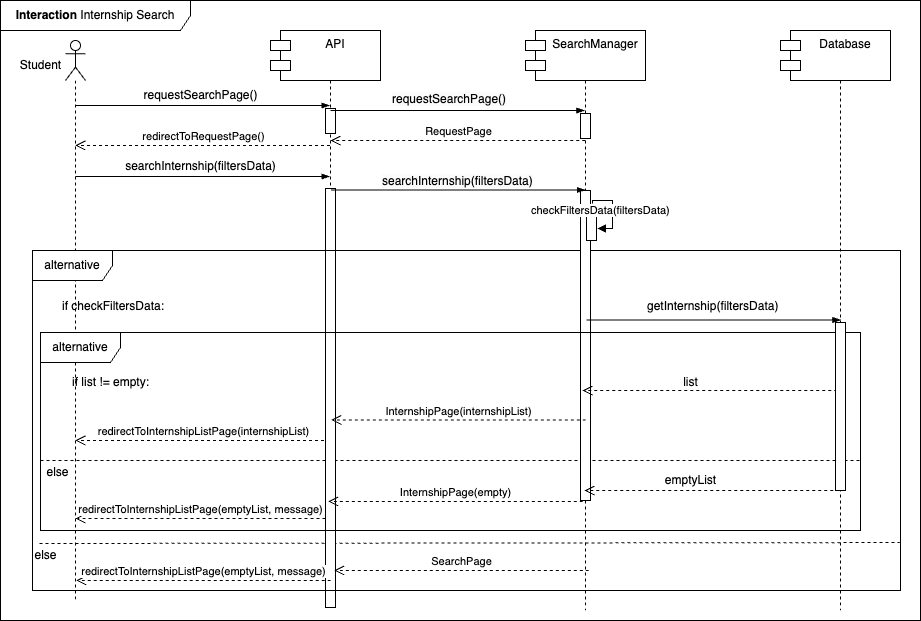
This is DD/Images/Interactions/INT05_InternshipSearch.drawio.png from edogriba/GribaldoRosa, a draw.io export, as it was before one commit. Source tidied: cells renumbered, new cells last; positions are measured from the earlier drawing's top-left corner, leaving out a move shared by most shapes.
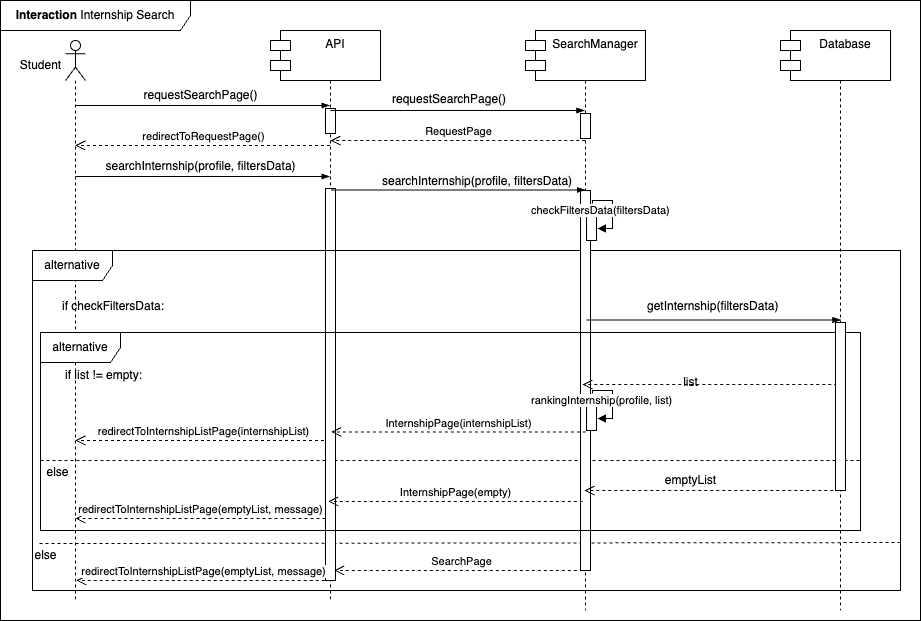
After the change.

Change to the diagram source:
```diff
@@ -23,7 +23,7 @@
       <mxGeometry x="45" y="68" width="10" height="25" as="geometry" />
     </mxCell>
     <mxCell id="7" style="html=1;perimeter=orthogonalPerimeter;targetShapes=umlLifeline;newEdgeStyle={&quot;curved&quot;:0,&quot;rounded&quot;:0};" parent="5" vertex="1">
-      <mxGeometry x="45" y="148" width="10" height="419" as="geometry" />
+      <mxGeometry x="45" y="148" width="10" height="392" as="geometry" />
     </mxCell>
     <mxCell id="8" style="shape=umlLifeline;perimeter=lifelinePerimeter;whiteSpace=wrap;html=1;newEdgeStyle={&quot;curved&quot;:0,&quot;rounded&quot;:0};participant=umlActor;" parent="1" vertex="1">
       <mxGeometry x="65" y="40" width="20" height="560" as="geometry" />
@@ -64,8 +64,8 @@
         </Array>
       </mxGeometry>
     </mxCell>
-    <mxCell id="16" value="searchInternship(filtersData)" style="text;html=1;align=center;verticalAlign=middle;strokeColor=none;fillColor=none;" parent="1" vertex="1">
-      <mxGeometry x="115" y="151" width="170" height="30" as="geometry" />
+    <mxCell id="16" value="searchInternship(profile, filtersData)" style="text;html=1;align=center;verticalAlign=middle;strokeColor=none;fillColor=none;" parent="1" vertex="1">
+      <mxGeometry x="95" y="151" width="210" height="30" as="geometry" />
     </mxCell>
     <mxCell id="17" style="edgeStyle=elbowEdgeStyle;fontSize=12;html=1;endArrow=blockThin;endFill=1;rounded=0;" parent="1" edge="1">
       <mxGeometry relative="1" as="geometry">
@@ -95,7 +95,7 @@
       <mxGeometry x="535" y="40" width="100" height="570" as="geometry" />
     </mxCell>
     <mxCell id="23" style="html=1;perimeter=orthogonalPerimeter;targetShapes=umlLifeline;newEdgeStyle={&quot;curved&quot;:0,&quot;rounded&quot;:0};" parent="22" vertex="1">
-      <mxGeometry x="45" y="150" width="10" height="310" as="geometry" />
+      <mxGeometry x="45" y="150" width="10" height="380" as="geometry" />
     </mxCell>
     <mxCell id="24" style="html=1;perimeter=orthogonalPerimeter;targetShapes=umlLifeline;newEdgeStyle={&quot;curved&quot;:0,&quot;rounded&quot;:0};" parent="22" vertex="1">
       <mxGeometry x="45" y="73" width="10" height="25" as="geometry" />
@@ -103,6 +103,21 @@
     <mxCell id="25" style="html=1;perimeter=orthogonalPerimeter;targetShapes=umlLifeline;newEdgeStyle={&quot;curved&quot;:0,&quot;rounded&quot;:0};direction=west;" parent="22" vertex="1">
       <mxGeometry x="51" y="170" width="10" height="30" as="geometry" />
     </mxCell>
+    <mxCell id="48" style="html=1;perimeter=orthogonalPerimeter;targetShapes=umlLifeline;newEdgeStyle={&quot;curved&quot;:0,&quot;rounded&quot;:0};direction=west;" parent="22" vertex="1">
+      <mxGeometry x="51" y="360" width="10" height="30" as="geometry" />
+    </mxCell>
+    <mxCell id="49" value="rankingInternship(profile, list)" style="html=1;align=left;spacingLeft=2;endArrow=block;rounded=0;edgeStyle=orthogonalEdgeStyle;curved=0;rounded=0;" parent="22" edge="1">
+      <mxGeometry x="-1" y="65" relative="1" as="geometry">
+        <mxPoint x="57" y="353" as="sourcePoint" />
+        <mxPoint x="62" y="378" as="targetPoint" />
+        <Array as="points">
+          <mxPoint x="57" y="350" />
+          <mxPoint x="77" y="350" />
+          <mxPoint x="77" y="378" />
+        </Array>
+        <mxPoint y="7" as="offset" />
+      </mxGeometry>
+    </mxCell>
     <mxCell id="26" value=":Object" style="shape=umlLifeline;perimeter=lifelinePerimeter;whiteSpace=wrap;html=1;newEdgeStyle={&quot;curved&quot;:0,&quot;rounded&quot;:0};" parent="1" vertex="1">
       <mxGeometry x="790" y="40" width="100" height="570" as="geometry" />
     </mxCell>
@@ -148,7 +163,7 @@
     <mxCell id="34" value="&lt;div style=&quot;text-align: center;&quot;&gt;&lt;span style=&quot;background-color: initial; text-wrap-mode: nowrap;&quot;&gt;getInternship(filtersData)&lt;/span&gt;&lt;/div&gt;" style="text;whiteSpace=wrap;html=1;" parent="1" vertex="1">
       <mxGeometry x="645" y="292" width="150" height="40" as="geometry" />
     </mxCell>
-    <mxCell id="35" value="&lt;span style=&quot;color: rgb(0, 0, 0); font-family: Helvetica; font-size: 12px; font-style: normal; font-variant-ligatures: normal; font-variant-caps: normal; font-weight: 400; letter-spacing: normal; orphans: 2; text-align: center; text-indent: 0px; text-transform: none; widows: 2; word-spacing: 0px; -webkit-text-stroke-width: 0px; white-space: nowrap; background-color: rgb(251, 251, 251); text-decoration-thickness: initial; text-decoration-style: initial; text-decoration-color: initial; display: inline !important; float: none;&quot;&gt;searchInternship(filtersData)&lt;/span&gt;" style="text;whiteSpace=wrap;html=1;" parent="1" vertex="1">
+    <mxCell id="35" value="&lt;span style=&quot;color: rgb(0, 0, 0); font-family: Helvetica; font-size: 12px; font-style: normal; font-variant-ligatures: normal; font-variant-caps: normal; font-weight: 400; letter-spacing: normal; orphans: 2; text-align: center; text-indent: 0px; text-transform: none; widows: 2; word-spacing: 0px; -webkit-text-stroke-width: 0px; white-space: nowrap; background-color: rgb(251, 251, 251); text-decoration-thickness: initial; text-decoration-style: initial; text-decoration-color: initial; display: inline !important; float: none;&quot;&gt;searchInternship(profile, filtersData)&lt;/span&gt;" style="text;whiteSpace=wrap;html=1;" parent="1" vertex="1">
       <mxGeometry x="380" y="167" width="150" height="40" as="geometry" />
     </mxCell>
     <mxCell id="36" style="edgeStyle=elbowEdgeStyle;fontSize=12;html=1;endArrow=blockThin;endFill=1;rounded=0;" parent="1" edge="1">
@@ -165,10 +180,10 @@
     </mxCell>
     <mxCell id="38" style="html=1;verticalAlign=bottom;endArrow=open;dashed=1;endSize=8;curved=0;rounded=0;" parent="1" edge="1">
       <mxGeometry relative="1" as="geometry">
-        <mxPoint x="836.7" y="390" as="sourcePoint" />
-        <mxPoint x="582" y="390" as="targetPoint" />
+        <mxPoint x="836.7" y="384" as="sourcePoint" />
+        <mxPoint x="582" y="384" as="targetPoint" />
         <Array as="points">
-          <mxPoint x="707.7" y="390" />
+          <mxPoint x="707.7" y="384" />
         </Array>
       </mxGeometry>
     </mxCell>
@@ -176,12 +191,12 @@
       <mxGeometry x="670" y="367" width="40" height="30" as="geometry" />
     </mxCell>
     <mxCell id="40" value="if list != empty:" style="text;html=1;align=center;verticalAlign=middle;" parent="1" vertex="1">
-      <mxGeometry x="60" y="367" width="100" height="30" as="geometry" />
+      <mxGeometry x="53" y="360" width="100" height="30" as="geometry" />
     </mxCell>
     <mxCell id="41" value="InternshipPage(internshipList)" style="html=1;verticalAlign=bottom;endArrow=open;dashed=1;endSize=8;curved=0;rounded=0;" parent="1" edge="1">
       <mxGeometry relative="1" as="geometry">
-        <mxPoint x="585.3" y="419.5" as="sourcePoint" />
-        <mxPoint x="330.7" y="419.5" as="targetPoint" />
+        <mxPoint x="585.3" y="431.5" as="sourcePoint" />
+        <mxPoint x="330.7" y="431.5" as="targetPoint" />
       </mxGeometry>
     </mxCell>
     <mxCell id="42" value="InternshipPage(empty)" style="html=1;verticalAlign=bottom;endArrow=open;dashed=1;endSize=8;curved=0;rounded=0;" parent="1" edge="1">
```
